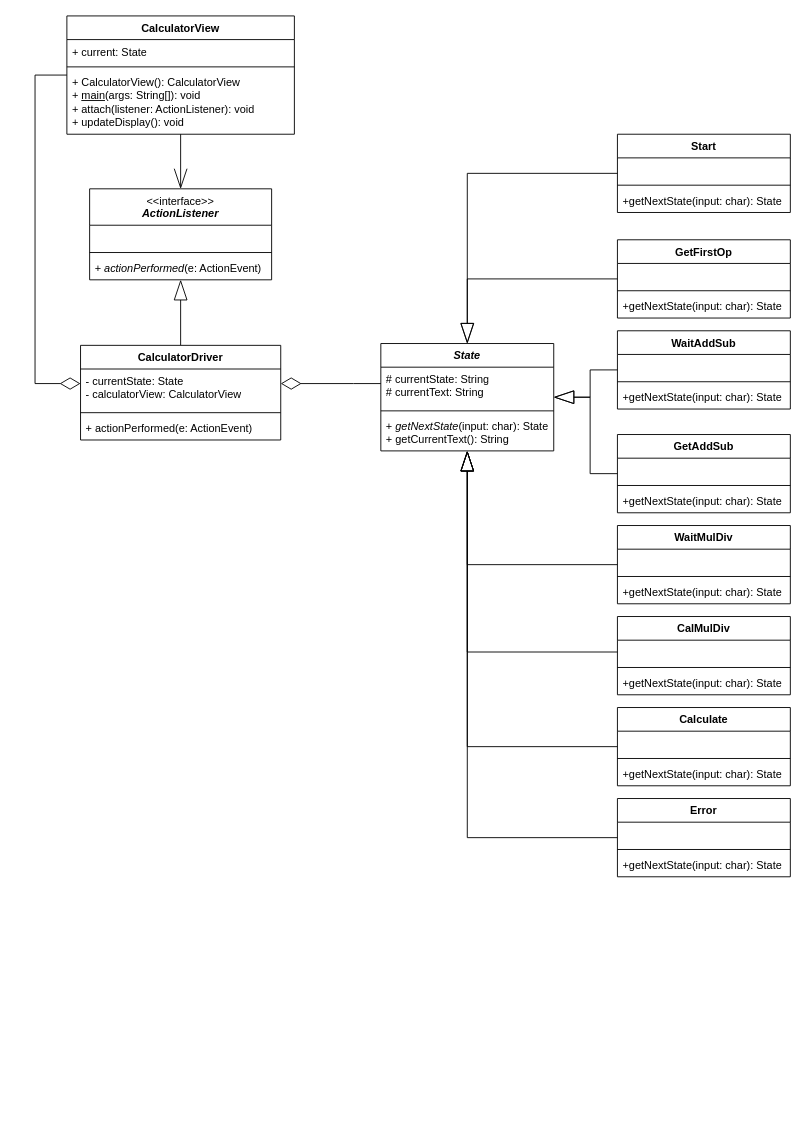
Before: Assignment 4/Calculator Class Diagram.drawio in slamjam02/SE311-Homeworks, a draw.io diagram. Source tidied: cells renumbered, new cells numbered last; positions are measured from the earlier drawing's top-left corner, leaving out a move shared by most shapes. Both pictures are drawn from the tidied source at 91%, with x=0, y=0 at pixel (35, 15).
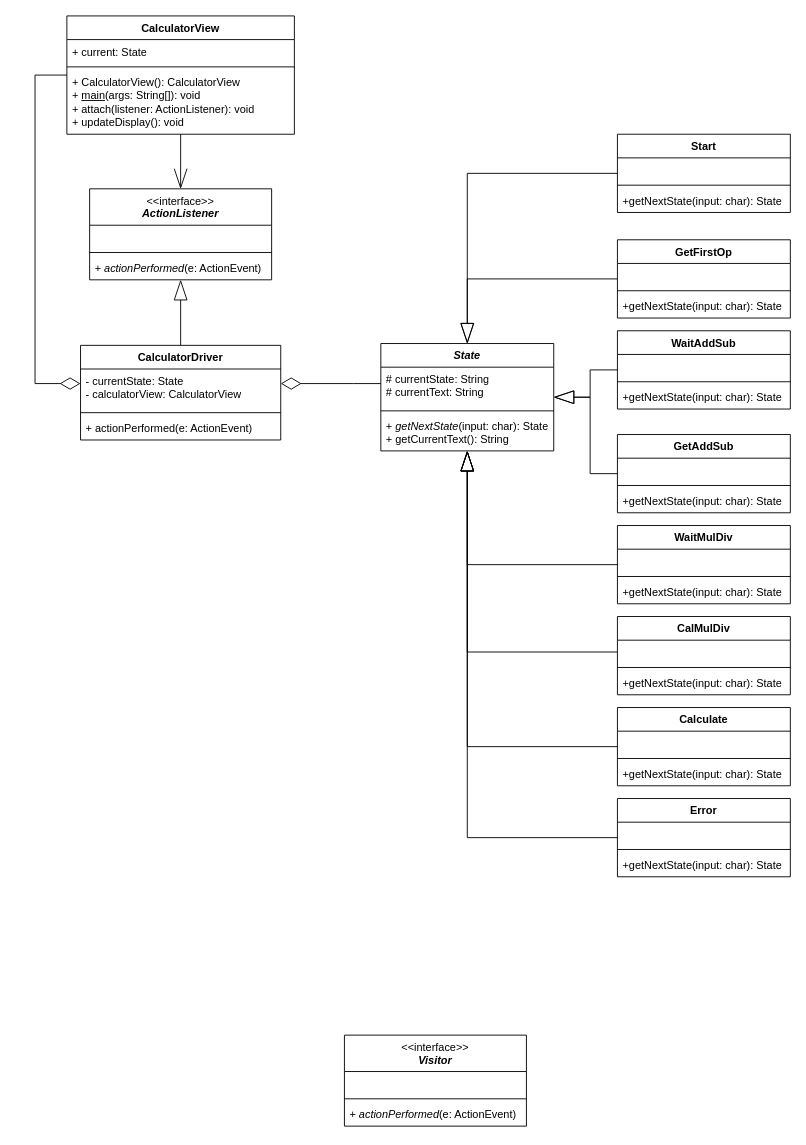
The same diagram, later.

What changed in the source:
```diff
@@
+    <mxCell id="62" value="&lt;span style=&quot;font-weight: normal;&quot;&gt;&amp;lt;&amp;lt;interface&amp;gt;&amp;gt;&lt;br&gt;&lt;/span&gt;&lt;i&gt;Visitor&lt;/i&gt;" style="swimlane;fontStyle=1;align=center;verticalAlign=top;horizontal=1;startSize=40;whiteSpace=wrap;html=1;" parent="1" vertex="1">
+      <mxGeometry x="340" y="1120" width="200" height="100" as="geometry" />
+    </mxCell>
+    <mxCell id="63" value="&amp;nbsp;" style="text;strokeColor=none;fillColor=none;align=left;verticalAlign=top;spacingLeft=4;spacingRight=4;overflow=hidden;whiteSpace=wrap;html=1;" parent="62" vertex="1">
+      <mxGeometry y="40" width="200" height="26" as="geometry" />
+    </mxCell>
+    <mxCell id="64" style="line;strokeWidth=1;fillColor=none;align=left;verticalAlign=middle;spacingTop=-1;spacingLeft=3;spacingRight=3;labelPosition=right;strokeColor=inherit;" parent="62" vertex="1">
+      <mxGeometry y="66" width="200" height="8" as="geometry" />
+    </mxCell>
+    <mxCell id="65" value="+ &lt;i&gt;actionPerformed&lt;/i&gt;(e: ActionEvent)" style="text;strokeColor=none;fillColor=none;align=left;verticalAlign=top;spacingLeft=4;spacingRight=4;overflow=hidden;whiteSpace=wrap;html=1;" parent="62" vertex="1">
+      <mxGeometry y="74" width="200" height="26" as="geometry" />
+    </mxCell>
```
